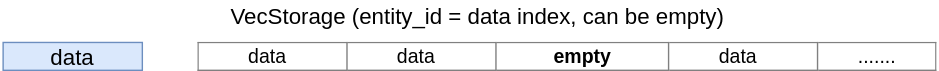
Earlier version of the draw.io export book/src/images/concepts/component_and_entity_vecstorage.svg (amethyst/amethyst). Source tidied: cells renumbered, new cells last; positions are measured from the earlier drawing's top-left corner, leaving out a move shared by most shapes. Its diagram source:
```xml
<mxGraphModel>
  <root>
    <mxCell id="0" />
    <mxCell id="1" parent="0" />
    <mxCell id="2" value="&lt;table border=&quot;1&quot; width=&quot;100%&quot; style=&quot;width: 100% ; height: 100% ; border-collapse: collapse ; font-size: 14px&quot;&gt;&lt;tbody&gt;&lt;tr&gt;&lt;td align=&quot;center&quot;&gt;&lt;font style=&quot;font-size: 14px&quot;&gt;data&amp;nbsp;&amp;nbsp;&lt;/font&gt;&lt;/td&gt;&lt;td align=&quot;center&quot;&gt;&lt;font style=&quot;font-size: 14px&quot;&gt;data&amp;nbsp;&amp;nbsp;&lt;/font&gt;&lt;/td&gt;&lt;td align=&quot;center&quot;&gt;&lt;span style=&quot;background-color: rgb(255 , 255 , 255)&quot;&gt;&lt;b&gt;empty&lt;/b&gt;&lt;/span&gt;&lt;/td&gt;&lt;td style=&quot;text-align: center&quot;&gt;&lt;font style=&quot;font-size: 14px&quot;&gt;data&amp;nbsp;&amp;nbsp;&lt;/font&gt;&lt;/td&gt;&lt;td style=&quot;text-align: center&quot;&gt;.......&lt;/td&gt;&lt;/tr&gt;&lt;/tbody&gt;&lt;/table&gt;" style="text;html=1;strokeColor=none;fillColor=none;overflow=fill;" parent="1" vertex="1">
      <mxGeometry x="140" y="30" width="530" height="20" as="geometry" />
    </mxCell>
    <mxCell id="3" value="&lt;font style=&quot;font-size: 16px&quot;&gt;data&lt;/font&gt;" style="text;html=1;strokeColor=#6c8ebf;fillColor=#dae8fc;align=center;verticalAlign=middle;whiteSpace=wrap;rounded=0;" parent="1" vertex="1">
      <mxGeometry y="30" width="100" height="20" as="geometry" />
    </mxCell>
    <mxCell id="4" value="&lt;font style=&quot;font-size: 16px&quot;&gt;VecStorage (entity_id = data index, can be empty)&lt;/font&gt;" style="text;html=1;strokeColor=none;fillColor=none;align=center;verticalAlign=middle;whiteSpace=wrap;rounded=0;" parent="1" vertex="1">
      <mxGeometry x="150" width="380" height="20" as="geometry" />
    </mxCell>
  </root>
</mxGraphModel>
```
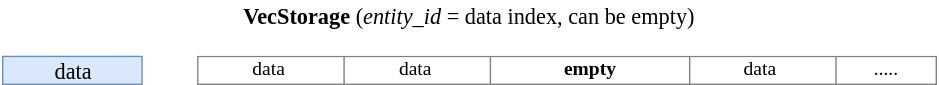
Later version of the same file.

What changed in the source:
```diff
@@ -2,14 +2,14 @@
   <root>
     <mxCell id="0" />
     <mxCell id="1" parent="0" />
-    <mxCell id="2" value="&lt;table border=&quot;1&quot; width=&quot;100%&quot; style=&quot;width: 100% ; height: 100% ; border-collapse: collapse ; font-size: 14px&quot;&gt;&lt;tbody&gt;&lt;tr&gt;&lt;td align=&quot;center&quot;&gt;&lt;font style=&quot;font-size: 14px&quot;&gt;data&amp;nbsp;&amp;nbsp;&lt;/font&gt;&lt;/td&gt;&lt;td align=&quot;center&quot;&gt;&lt;font style=&quot;font-size: 14px&quot;&gt;data&amp;nbsp;&amp;nbsp;&lt;/font&gt;&lt;/td&gt;&lt;td align=&quot;center&quot;&gt;&lt;span style=&quot;background-color: rgb(255 , 255 , 255)&quot;&gt;&lt;b&gt;empty&lt;/b&gt;&lt;/span&gt;&lt;/td&gt;&lt;td style=&quot;text-align: center&quot;&gt;&lt;font style=&quot;font-size: 14px&quot;&gt;data&amp;nbsp;&amp;nbsp;&lt;/font&gt;&lt;/td&gt;&lt;td style=&quot;text-align: center&quot;&gt;.......&lt;/td&gt;&lt;/tr&gt;&lt;/tbody&gt;&lt;/table&gt;" style="text;html=1;strokeColor=none;fillColor=none;overflow=fill;" parent="1" vertex="1">
+    <mxCell id="2" value="&lt;table border=&quot;1&quot; width=&quot;100%&quot; style=&quot;width: 100% ; height: 100% ; border-collapse: collapse ; font-size: 14px&quot;&gt;&lt;tbody&gt;&lt;tr&gt;&lt;td align=&quot;center&quot;&gt;&lt;font style=&quot;font-size: 14px&quot;&gt;data&amp;nbsp;&lt;/font&gt;&lt;/td&gt;&lt;td align=&quot;center&quot;&gt;&lt;font style=&quot;font-size: 14px&quot;&gt;data&amp;nbsp;&lt;/font&gt;&lt;/td&gt;&lt;td align=&quot;center&quot;&gt;&lt;span style=&quot;background-color: rgb(255 , 255 , 255)&quot;&gt;&lt;b&gt;empty&lt;/b&gt;&lt;/span&gt;&lt;/td&gt;&lt;td style=&quot;text-align: center&quot;&gt;&lt;font style=&quot;font-size: 14px&quot;&gt;data&amp;nbsp;&lt;/font&gt;&lt;/td&gt;&lt;td style=&quot;text-align: center&quot;&gt;.....&lt;/td&gt;&lt;/tr&gt;&lt;/tbody&gt;&lt;/table&gt;" style="text;html=1;strokeColor=none;fillColor=none;overflow=fill;fontFamily=Lucida Console;" parent="1" vertex="1">
       <mxGeometry x="140" y="30" width="530" height="20" as="geometry" />
     </mxCell>
-    <mxCell id="3" value="&lt;font style=&quot;font-size: 16px&quot;&gt;data&lt;/font&gt;" style="text;html=1;strokeColor=#6c8ebf;fillColor=#dae8fc;align=center;verticalAlign=middle;whiteSpace=wrap;rounded=0;" parent="1" vertex="1">
+    <mxCell id="3" value="&lt;font style=&quot;font-size: 16px&quot;&gt;data&lt;/font&gt;" style="text;html=1;strokeColor=#6c8ebf;fillColor=#dae8fc;align=center;verticalAlign=middle;whiteSpace=wrap;rounded=0;fontFamily=Lucida Console;" parent="1" vertex="1">
       <mxGeometry y="30" width="100" height="20" as="geometry" />
     </mxCell>
-    <mxCell id="4" value="&lt;font style=&quot;font-size: 16px&quot;&gt;VecStorage (entity_id = data index, can be empty)&lt;/font&gt;" style="text;html=1;strokeColor=none;fillColor=none;align=center;verticalAlign=middle;whiteSpace=wrap;rounded=0;" parent="1" vertex="1">
-      <mxGeometry x="150" width="380" height="20" as="geometry" />
+    <mxCell id="4" value="&lt;font style=&quot;font-size: 16px&quot;&gt;VecStorage &lt;span style=&quot;font-weight: normal&quot;&gt;(&lt;i&gt;entity_id&lt;/i&gt; = data index, can be empty)&lt;/span&gt;&lt;/font&gt;" style="text;html=1;strokeColor=none;fillColor=none;align=center;verticalAlign=middle;whiteSpace=wrap;rounded=0;fontSize=16;fontFamily=Lucida Console;fontStyle=1;" parent="1" vertex="1">
+      <mxGeometry x="75" y="-10" width="520" height="20" as="geometry" />
     </mxCell>
   </root>
 </mxGraphModel>
```
